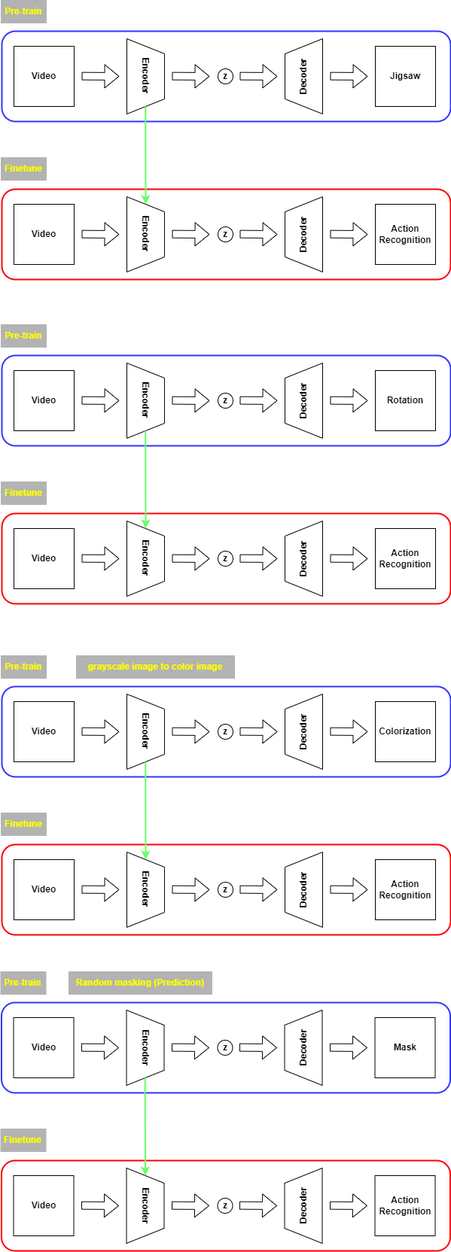
Before: explain using only draw.png, a diagram exported from draw.io (Kyoungrae-Noh/Self-Supervised-Learning). Source tidied: cells renumbered, new cells last; positions are measured from the earlier drawing's top-left corner, leaving out a move shared by most shapes.
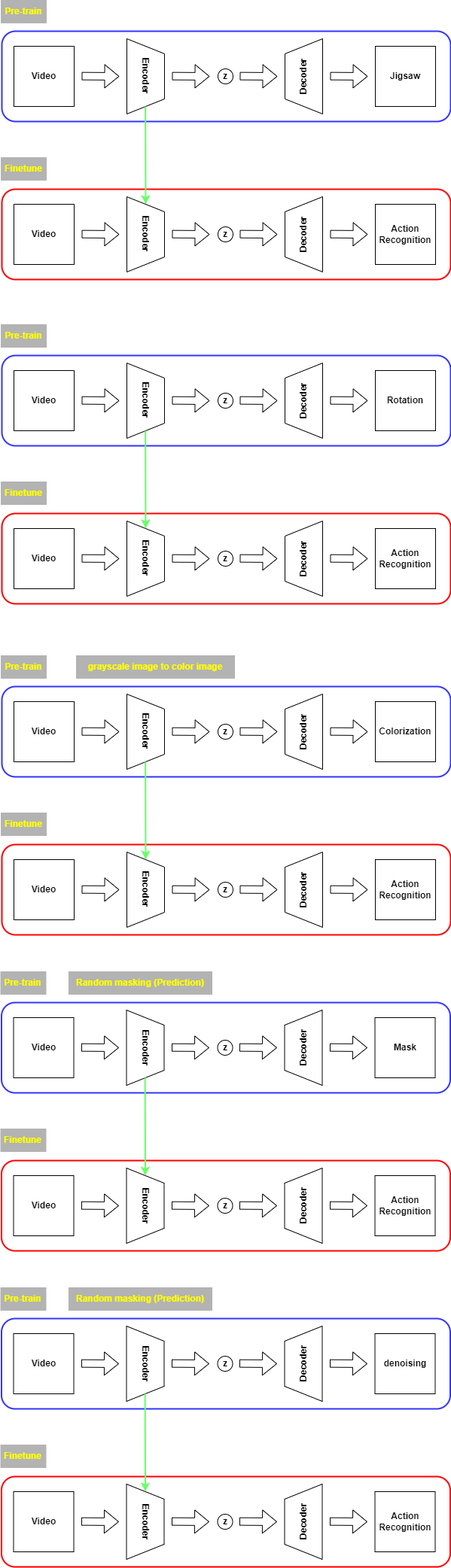
The same file after the commit.

Diff of the diagram source:
```diff
@@ -388,5 +388,103 @@
     <mxCell id="95" value="&lt;font color=&quot;#ffff00&quot;&gt;&lt;b&gt;grayscale image to color image&lt;/b&gt;&lt;/font&gt;" style="rounded=0;whiteSpace=wrap;html=1;fillColor=#B3B3B3;strokeColor=#B3B3B3;" parent="1" vertex="1">
       <mxGeometry x="100" y="871" width="210" height="30" as="geometry" />
     </mxCell>
+    <mxCell id="96" value="&lt;b&gt;&lt;font color=&quot;#ffff00&quot;&gt;Pre-train&lt;/font&gt;&lt;/b&gt;" style="rounded=0;whiteSpace=wrap;html=1;fillColor=#B3B3B3;strokeColor=#B3B3B3;" parent="1" vertex="1">
+      <mxGeometry x="-0.5" y="1711" width="60" height="30" as="geometry" />
+    </mxCell>
+    <mxCell id="97" value="&lt;b&gt;&lt;font color=&quot;#ffff00&quot;&gt;Finetune&lt;/font&gt;&lt;/b&gt;" style="rounded=0;whiteSpace=wrap;html=1;fillColor=#B3B3B3;strokeColor=#B3B3B3;" parent="1" vertex="1">
+      <mxGeometry x="-0.5" y="1920" width="60" height="30" as="geometry" />
+    </mxCell>
+    <mxCell id="98" style="rounded=1;whiteSpace=wrap;html=1;strokeColor=#3333FF;fontColor=#FFFF00;fillColor=none;strokeWidth=2;" parent="1" vertex="1">
+      <mxGeometry x="0.5" y="1752" width="596" height="120" as="geometry" />
+    </mxCell>
+    <mxCell id="99" value="&lt;font color=&quot;#000000&quot;&gt;&lt;b&gt;Video&lt;/b&gt;&lt;/font&gt;" style="whiteSpace=wrap;html=1;strokeColor=#000000;fontColor=#FFFF00;fillColor=#FFFFFF;" parent="1" vertex="1">
+      <mxGeometry x="16.5" y="1772" width="80" height="80" as="geometry" />
+    </mxCell>
+    <mxCell id="100" style="shape=flexArrow;endArrow=classic;html=1;rounded=0;fontColor=#000000;fillColor=#FFFFFF;" parent="1" edge="1">
+      <mxGeometry relative="1" as="geometry">
+        <mxPoint x="106.5" y="1811.7" as="sourcePoint" />
+        <mxPoint x="156.5" y="1812" as="targetPoint" />
+      </mxGeometry>
+    </mxCell>
+    <mxCell id="101" value="&lt;b&gt;Encoder&lt;/b&gt;" style="shape=trapezoid;perimeter=trapezoidPerimeter;whiteSpace=wrap;html=1;fixedSize=1;strokeColor=#000000;fontColor=#000000;fillColor=#FFFFFF;rotation=90;" parent="1" vertex="1">
+      <mxGeometry x="141.5" y="1787" width="100" height="50" as="geometry" />
+    </mxCell>
+    <mxCell id="102" style="shape=flexArrow;endArrow=classic;html=1;rounded=0;fontColor=#000000;fillColor=#FFFFFF;" parent="1" edge="1">
+      <mxGeometry relative="1" as="geometry">
+        <mxPoint x="226.5" y="1811.7" as="sourcePoint" />
+        <mxPoint x="276.5" y="1812" as="targetPoint" />
+      </mxGeometry>
+    </mxCell>
+    <mxCell id="103" value="&lt;b&gt;z&lt;/b&gt;" style="ellipse;whiteSpace=wrap;html=1;strokeColor=#000000;fontColor=#000000;fillColor=#FFFFFF;" parent="1" vertex="1">
+      <mxGeometry x="287.5" y="1802" width="20" height="20" as="geometry" />
+    </mxCell>
+    <mxCell id="104" style="shape=flexArrow;endArrow=classic;html=1;rounded=0;fontColor=#000000;fillColor=#FFFFFF;" parent="1" edge="1">
+      <mxGeometry relative="1" as="geometry">
+        <mxPoint x="316.5" y="1811.7" as="sourcePoint" />
+        <mxPoint x="366.5" y="1812" as="targetPoint" />
+      </mxGeometry>
+    </mxCell>
+    <mxCell id="105" value="&lt;b&gt;Decoder&lt;/b&gt;" style="shape=trapezoid;perimeter=trapezoidPerimeter;whiteSpace=wrap;html=1;fixedSize=1;strokeColor=#000000;fontColor=#000000;fillColor=#FFFFFF;rotation=-90;" parent="1" vertex="1">
+      <mxGeometry x="351.5" y="1787" width="100" height="50" as="geometry" />
+    </mxCell>
+    <mxCell id="106" style="shape=flexArrow;endArrow=classic;html=1;rounded=0;fontColor=#000000;fillColor=#FFFFFF;" parent="1" edge="1">
+      <mxGeometry relative="1" as="geometry">
+        <mxPoint x="436.5" y="1811.7" as="sourcePoint" />
+        <mxPoint x="486.5" y="1812" as="targetPoint" />
+      </mxGeometry>
+    </mxCell>
+    <mxCell id="107" value="&lt;font color=&quot;#000000&quot;&gt;&lt;b&gt;denoising&lt;/b&gt;&lt;/font&gt;" style="whiteSpace=wrap;html=1;strokeColor=#000000;fontColor=#FFFF00;fillColor=#FFFFFF;" parent="1" vertex="1">
+      <mxGeometry x="496.5" y="1772" width="80" height="80" as="geometry" />
+    </mxCell>
+    <mxCell id="108" style="rounded=1;whiteSpace=wrap;html=1;strokeColor=#FF0000;fontColor=#FFFF00;fillColor=none;strokeWidth=2;" parent="1" vertex="1">
+      <mxGeometry x="0.5" y="1962" width="596" height="120" as="geometry" />
+    </mxCell>
+    <mxCell id="109" value="&lt;font color=&quot;#000000&quot;&gt;&lt;b&gt;Video&lt;/b&gt;&lt;/font&gt;" style="whiteSpace=wrap;html=1;strokeColor=#000000;fontColor=#FFFF00;fillColor=#FFFFFF;" parent="1" vertex="1">
+      <mxGeometry x="16.5" y="1982" width="80" height="80" as="geometry" />
+    </mxCell>
+    <mxCell id="110" style="shape=flexArrow;endArrow=classic;html=1;rounded=0;fontColor=#000000;fillColor=#FFFFFF;" parent="1" edge="1">
+      <mxGeometry relative="1" as="geometry">
+        <mxPoint x="106.5" y="2021.7" as="sourcePoint" />
+        <mxPoint x="156.5" y="2022" as="targetPoint" />
+      </mxGeometry>
+    </mxCell>
+    <mxCell id="111" value="&lt;b&gt;Encoder&lt;/b&gt;" style="shape=trapezoid;perimeter=trapezoidPerimeter;whiteSpace=wrap;html=1;fixedSize=1;strokeColor=#000000;fontColor=#000000;fillColor=#FFFFFF;rotation=90;" parent="1" vertex="1">
+      <mxGeometry x="141.5" y="1997" width="100" height="50" as="geometry" />
+    </mxCell>
+    <mxCell id="112" style="shape=flexArrow;endArrow=classic;html=1;rounded=0;fontColor=#000000;fillColor=#FFFFFF;" parent="1" edge="1">
+      <mxGeometry relative="1" as="geometry">
+        <mxPoint x="226.5" y="2021.7" as="sourcePoint" />
+        <mxPoint x="276.5" y="2022" as="targetPoint" />
+      </mxGeometry>
+    </mxCell>
+    <mxCell id="113" value="&lt;b&gt;z&lt;/b&gt;" style="ellipse;whiteSpace=wrap;html=1;strokeColor=#000000;fontColor=#000000;fillColor=#FFFFFF;" parent="1" vertex="1">
+      <mxGeometry x="287.5" y="2012" width="20" height="20" as="geometry" />
+    </mxCell>
+    <mxCell id="114" style="shape=flexArrow;endArrow=classic;html=1;rounded=0;fontColor=#000000;fillColor=#FFFFFF;" parent="1" edge="1">
+      <mxGeometry relative="1" as="geometry">
+        <mxPoint x="316.5" y="2021.7" as="sourcePoint" />
+        <mxPoint x="366.5" y="2022" as="targetPoint" />
+      </mxGeometry>
+    </mxCell>
+    <mxCell id="115" value="&lt;b&gt;Decoder&lt;/b&gt;" style="shape=trapezoid;perimeter=trapezoidPerimeter;whiteSpace=wrap;html=1;fixedSize=1;strokeColor=#000000;fontColor=#000000;fillColor=#FFFFFF;rotation=-90;" parent="1" vertex="1">
+      <mxGeometry x="351.5" y="1997" width="100" height="50" as="geometry" />
+    </mxCell>
+    <mxCell id="116" style="shape=flexArrow;endArrow=classic;html=1;rounded=0;fontColor=#000000;fillColor=#FFFFFF;" parent="1" edge="1">
+      <mxGeometry relative="1" as="geometry">
+        <mxPoint x="436.5" y="2021.7" as="sourcePoint" />
+        <mxPoint x="486.5" y="2022" as="targetPoint" />
+      </mxGeometry>
+    </mxCell>
+    <mxCell id="117" value="&lt;font color=&quot;#000000&quot;&gt;&lt;b&gt;Action&lt;br&gt;Recognition&lt;/b&gt;&lt;br&gt;&lt;/font&gt;" style="whiteSpace=wrap;html=1;strokeColor=#000000;fontColor=#FFFF00;fillColor=#FFFFFF;" parent="1" vertex="1">
+      <mxGeometry x="496.5" y="1982" width="80" height="80" as="geometry" />
+    </mxCell>
+    <mxCell id="118" style="endArrow=classic;html=1;rounded=0;fontColor=#000000;entryX=0;entryY=0.5;entryDx=0;entryDy=0;strokeColor=#66FF66;strokeWidth=2;" parent="1" edge="1" target="111">
+      <mxGeometry relative="1" as="geometry">
+        <mxPoint x="191.2" y="1852" as="sourcePoint" />
+      </mxGeometry>
+    </mxCell>
+    <mxCell id="119" value="&lt;font color=&quot;#ffff00&quot;&gt;&lt;b&gt;Random masking (Prediction)&lt;/b&gt;&lt;/font&gt;" style="rounded=0;whiteSpace=wrap;html=1;fillColor=#B3B3B3;strokeColor=#B3B3B3;" parent="1" vertex="1">
+      <mxGeometry x="90" y="1711" width="190" height="30" as="geometry" />
+    </mxCell>
   </root>
 </mxGraphModel>
```
